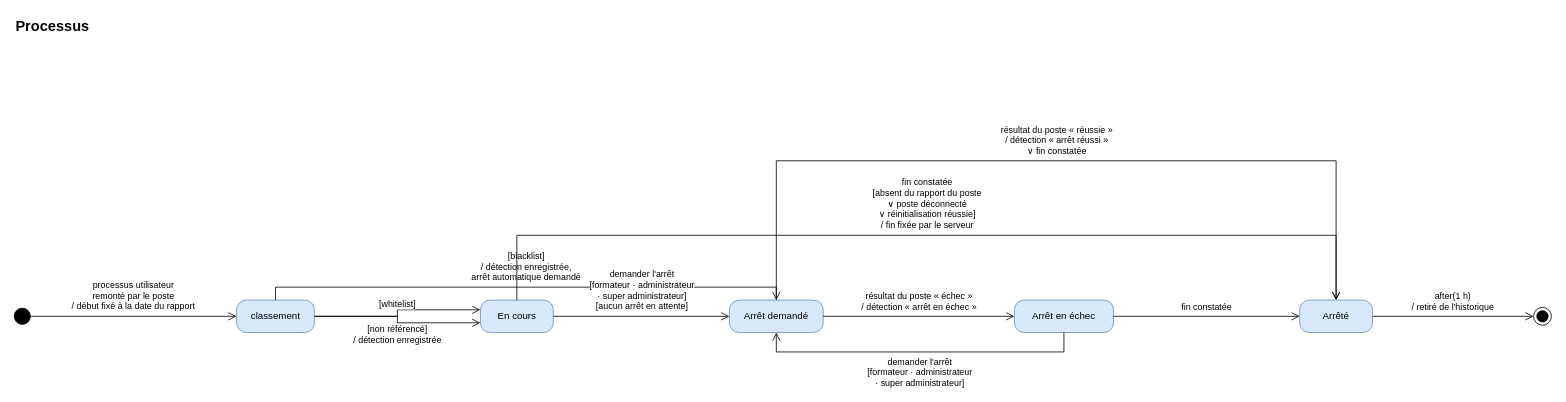
The draw.io diagram page "Processus" (4 of 4) of docs/02-ANALYSE/03-ANALYSE/01-DIAGRAMMES-ETATS.drawio in bpierrelouis/aster, before the edit. Source tidied: cells renumbered, new cells numbered last; positions are measured from the earlier drawing's top-left corner, leaving out a move shared by most shapes. Both pictures are drawn from the tidied source at 81%, with x=0, y=0 at pixel (14, 14).
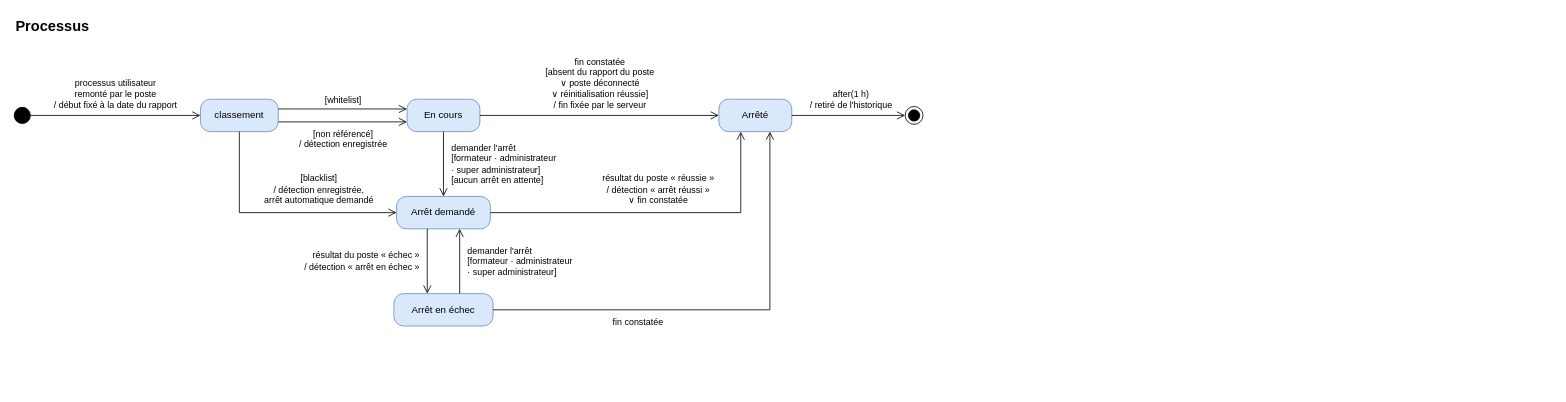
After the change.

Change to the diagram source:
```diff
@@
     <mxCell id="3" style="ellipse;html=1;fillColor=#000000;strokeColor=#000000;fontSize=11;" parent="1" vertex="1">
-      <mxGeometry y="363" width="20" height="20" as="geometry" />
+      <mxGeometry y="115" width="20" height="20" as="geometry" />
     </mxCell>
     <mxCell id="4" value="classement" style="rounded=1;arcSize=30;whiteSpace=wrap;html=1;fontSize=12;fillColor=#dae8fc;strokeColor=#6c8ebf;" parent="1" vertex="1">
-      <mxGeometry x="274.6" y="353" width="96" height="40" as="geometry" />
+      <mxGeometry x="230" y="105" width="96" height="40" as="geometry" />
     </mxCell>
     <mxCell id="5" value="En cours" style="rounded=1;arcSize=30;whiteSpace=wrap;html=1;fontSize=12;fillColor=#dae8fc;strokeColor=#6c8ebf;" parent="1" vertex="1">
-      <mxGeometry x="575.6" y="353" width="90" height="40" as="geometry" />
+      <mxGeometry x="485" y="105" width="90" height="40" as="geometry" />
     </mxCell>
     <mxCell id="6" value="Arrêt demandé" style="rounded=1;arcSize=30;whiteSpace=wrap;html=1;fontSize=12;fillColor=#dae8fc;strokeColor=#6c8ebf;" parent="1" vertex="1">
-      <mxGeometry x="883" y="353" width="115.8" height="40" as="geometry" />
+      <mxGeometry x="472.1" y="225" width="115.8" height="40" as="geometry" />
     </mxCell>
     <mxCell id="7" value="Arrêt en échec" style="rounded=1;arcSize=30;whiteSpace=wrap;html=1;fontSize=12;fillColor=#dae8fc;strokeColor=#6c8ebf;" parent="1" vertex="1">
-      <mxGeometry x="1234.8" y="353" width="122.4" height="40" as="geometry" />
+      <mxGeometry x="468.8" y="345" width="122.4" height="40" as="geometry" />
     </mxCell>
     <mxCell id="8" value="Arrêté" style="rounded=1;arcSize=30;whiteSpace=wrap;html=1;fontSize=12;fillColor=#dae8fc;strokeColor=#6c8ebf;" parent="1" vertex="1">
-      <mxGeometry x="1587" y="353" width="90" height="40" as="geometry" />
+      <mxGeometry x="870" y="105" width="90" height="40" as="geometry" />
     </mxCell>
     <mxCell id="9" style="ellipse;html=1;shape=endState;fillColor=#000000;strokeColor=#000000;fontSize=11;" parent="1" vertex="1">
-      <mxGeometry x="1875.8" y="362" width="22" height="22" as="geometry" />
+      <mxGeometry x="1100" y="114" width="22" height="22" as="geometry" />
     </mxCell>
-    <mxCell id="10" value="processus utilisateur&lt;br&gt;remonté par le poste&lt;br&gt;/ début fixé à la date du rapport" style="edgeStyle=orthogonalEdgeStyle;endArrow=open;endSize=8;html=1;rounded=0;fontSize=11;labelBackgroundColor=#ffffff;exitX=1;exitY=0.5;exitDx=0;exitDy=0;entryX=0;entryY=0.5;entryDx=0;entryDy=0;" parent="1" edge="1" source="3" target="4">
-      <mxGeometry relative="1" as="geometry">
-        <mxPoint y="-25" as="offset" />
-      </mxGeometry>
+    <mxCell id="10" style="edgeStyle=none;endArrow=open;endSize=8;html=1;rounded=0;fontSize=11;labelBackgroundColor=#ffffff;exitX=1;exitY=0.5;exitDx=0;exitDy=0;entryX=0;entryY=0.5;entryDx=0;entryDy=0;" parent="1" edge="1" source="3" target="4">
+      <mxGeometry relative="1" as="geometry" />
     </mxCell>
-    <mxCell id="11" value="[whitelist]" style="edgeStyle=orthogonalEdgeStyle;endArrow=open;endSize=8;html=1;rounded=0;fontSize=11;labelBackgroundColor=#ffffff;exitX=1;exitY=0.5;exitDx=0;exitDy=0;entryX=0;entryY=0.3;entryDx=0;entryDy=0;" parent="1" edge="1" source="4" target="5">
-      <mxGeometry relative="1" as="geometry">
-        <mxPoint y="-11" as="offset" />
-      </mxGeometry>
+    <mxCell id="11" style="edgeStyle=none;endArrow=open;endSize=8;html=1;rounded=0;fontSize=11;labelBackgroundColor=#ffffff;exitX=1;exitY=0.3;exitDx=0;exitDy=0;entryX=0;entryY=0.3;entryDx=0;entryDy=0;" parent="1" edge="1" source="4" target="5">
+      <mxGeometry relative="1" as="geometry" />
     </mxCell>
-    <mxCell id="12" value="[non référencé]&lt;br&gt;/ détection enregistrée" style="edgeStyle=orthogonalEdgeStyle;endArrow=open;endSize=8;html=1;rounded=0;fontSize=11;labelBackgroundColor=#ffffff;exitX=1;exitY=0.5;exitDx=0;exitDy=0;entryX=0;entryY=0.7;entryDx=0;entryDy=0;" parent="1" edge="1" source="4" target="5">
-      <mxGeometry relative="1" as="geometry">
-        <mxPoint y="18" as="offset" />
-      </mxGeometry>
+    <mxCell id="12" style="edgeStyle=none;endArrow=open;endSize=8;html=1;rounded=0;fontSize=11;labelBackgroundColor=#ffffff;exitX=1;exitY=0.7;exitDx=0;exitDy=0;entryX=0;entryY=0.7;entryDx=0;entryDy=0;" parent="1" edge="1" source="4" target="5">
+      <mxGeometry relative="1" as="geometry" />
     </mxCell>
-    <mxCell id="13" value="[blacklist]&lt;br&gt;/ détection enregistrée,&lt;br&gt;arrêt automatique demandé" style="edgeStyle=orthogonalEdgeStyle;endArrow=open;endSize=8;html=1;rounded=0;fontSize=11;labelBackgroundColor=#ffffff;exitX=0.5;exitY=0;exitDx=0;exitDy=0;entryX=0.5;entryY=0;entryDx=0;entryDy=0;" parent="1" edge="1" source="4" target="6">
+    <mxCell id="13" style="edgeStyle=none;endArrow=open;endSize=8;html=1;rounded=0;fontSize=11;labelBackgroundColor=#ffffff;exitX=0.5;exitY=1;exitDx=0;exitDy=0;entryX=0;entryY=0.5;entryDx=0;entryDy=0;" parent="1" edge="1" source="4" target="6">
       <mxGeometry relative="1" as="geometry">
         <Array as="points">
-          <mxPoint x="322.6" y="337" />
-          <mxPoint x="940.9" y="337" />
+          <mxPoint x="278" y="245" />
         </Array>
-        <mxPoint y="-25" as="offset" />
       </mxGeometry>
     </mxCell>
-    <mxCell id="14" value="demander l'arrêt&lt;br&gt;[formateur · administrateur&lt;br&gt;· super administrateur]&lt;br&gt;[aucun arrêt en attente]" style="edgeStyle=orthogonalEdgeStyle;endArrow=open;endSize=8;html=1;rounded=0;fontSize=11;labelBackgroundColor=#ffffff;exitX=1;exitY=0.5;exitDx=0;exitDy=0;entryX=0;entryY=0.5;entryDx=0;entryDy=0;" parent="1" edge="1" source="5" target="6">
-      <mxGeometry relative="1" as="geometry">
-        <mxPoint y="-32" as="offset" />
-      </mxGeometry>
+    <mxCell id="14" style="edgeStyle=none;endArrow=open;endSize=8;html=1;rounded=0;fontSize=11;labelBackgroundColor=#ffffff;exitX=0.5;exitY=1;exitDx=0;exitDy=0;entryX=0.5;entryY=0;entryDx=0;entryDy=0;" parent="1" edge="1" source="5" target="6">
+      <mxGeometry relative="1" as="geometry" />
     </mxCell>
-    <mxCell id="15" value="résultat du poste « échec »&lt;br&gt;/ détection « arrêt en échec »" style="edgeStyle=orthogonalEdgeStyle;endArrow=open;endSize=8;html=1;rounded=0;fontSize=11;labelBackgroundColor=#ffffff;exitX=1;exitY=0.5;exitDx=0;exitDy=0;entryX=0;entryY=0.5;entryDx=0;entryDy=0;" parent="1" edge="1" source="6" target="7">
-      <mxGeometry relative="1" as="geometry">
-        <mxPoint y="-18" as="offset" />
-      </mxGeometry>
+    <mxCell id="15" style="edgeStyle=none;endArrow=open;endSize=8;html=1;rounded=0;fontSize=11;labelBackgroundColor=#ffffff;exitX=0.3273;exitY=1;exitDx=0;exitDy=0;entryX=0.3366;entryY=0;entryDx=0;entryDy=0;" parent="1" edge="1" source="6" target="7">
+      <mxGeometry relative="1" as="geometry" />
     </mxCell>
-    <mxCell id="16" value="demander l'arrêt&lt;br&gt;[formateur · administrateur&lt;br&gt;· super administrateur]" style="edgeStyle=orthogonalEdgeStyle;endArrow=open;endSize=8;html=1;rounded=0;fontSize=11;labelBackgroundColor=#ffffff;exitX=0.5;exitY=1;exitDx=0;exitDy=0;entryX=0.5;entryY=1;entryDx=0;entryDy=0;" parent="1" edge="1" source="7" target="6">
-      <mxGeometry relative="1" as="geometry">
-        <Array as="points">
-          <mxPoint x="1296" y="417" />
-          <mxPoint x="940.9" y="417" />
-        </Array>
-        <mxPoint y="25" as="offset" />
-      </mxGeometry>
+    <mxCell id="16" style="edgeStyle=none;endArrow=open;endSize=8;html=1;rounded=0;fontSize=11;labelBackgroundColor=#ffffff;exitX=0.6634;exitY=0;exitDx=0;exitDy=0;entryX=0.6727;entryY=1;entryDx=0;entryDy=0;" parent="1" edge="1" source="7" target="6">
+      <mxGeometry relative="1" as="geometry" />
     </mxCell>
-    <mxCell id="17" value="fin constatée&lt;br&gt;[absent du rapport du poste&lt;br&gt;∨ poste déconnecté&lt;br&gt;∨ réinitialisation réussie]&lt;br&gt;/ fin fixée par le serveur" style="edgeStyle=orthogonalEdgeStyle;endArrow=open;endSize=8;html=1;rounded=0;fontSize=11;labelBackgroundColor=#ffffff;exitX=0.5;exitY=0;exitDx=0;exitDy=0;entryX=0.5;entryY=0;entryDx=0;entryDy=0;" parent="1" edge="1" source="5" target="8">
-      <mxGeometry relative="1" as="geometry">
-        <Array as="points">
-          <mxPoint x="620.6" y="273" />
-          <mxPoint x="1632" y="273" />
-        </Array>
-        <mxPoint y="-39" as="offset" />
-      </mxGeometry>
+    <mxCell id="17" style="edgeStyle=none;endArrow=open;endSize=8;html=1;rounded=0;fontSize=11;labelBackgroundColor=#ffffff;exitX=1;exitY=0.5;exitDx=0;exitDy=0;entryX=0;entryY=0.5;entryDx=0;entryDy=0;" parent="1" edge="1" source="5" target="8">
+      <mxGeometry relative="1" as="geometry" />
     </mxCell>
-    <mxCell id="18" value="résultat du poste « réussie »&lt;br&gt;/ détection « arrêt réussi »&lt;br&gt;∨ fin constatée" style="edgeStyle=orthogonalEdgeStyle;endArrow=open;endSize=8;html=1;rounded=0;fontSize=11;labelBackgroundColor=#ffffff;exitX=0.5;exitY=0;exitDx=0;exitDy=0;entryX=0.5;entryY=0;entryDx=0;entryDy=0;" parent="1" edge="1" source="6" target="8">
+    <mxCell id="18" style="edgeStyle=none;endArrow=open;endSize=8;html=1;rounded=0;fontSize=11;labelBackgroundColor=#ffffff;exitX=1;exitY=0.5;exitDx=0;exitDy=0;entryX=0.3;entryY=1;entryDx=0;entryDy=0;" parent="1" edge="1" source="6" target="8">
       <mxGeometry relative="1" as="geometry">
         <Array as="points">
-          <mxPoint x="940.9" y="181" />
-          <mxPoint x="1632" y="181" />
+          <mxPoint x="897" y="245" />
         </Array>
-        <mxPoint y="-25" as="offset" />
       </mxGeometry>
     </mxCell>
-    <mxCell id="19" value="fin constatée" style="edgeStyle=orthogonalEdgeStyle;endArrow=open;endSize=8;html=1;rounded=0;fontSize=11;labelBackgroundColor=#ffffff;exitX=1;exitY=0.5;exitDx=0;exitDy=0;entryX=0;entryY=0.5;entryDx=0;entryDy=0;" parent="1" edge="1" source="7" target="8">
+    <mxCell id="19" style="edgeStyle=none;endArrow=open;endSize=8;html=1;rounded=0;fontSize=11;labelBackgroundColor=#ffffff;exitX=1;exitY=0.5;exitDx=0;exitDy=0;entryX=0.7;entryY=1;entryDx=0;entryDy=0;" parent="1" edge="1" source="7" target="8">
       <mxGeometry relative="1" as="geometry">
-        <mxPoint y="-11" as="offset" />
+        <Array as="points">
+          <mxPoint x="933" y="365" />
+        </Array>
       </mxGeometry>
     </mxCell>
-    <mxCell id="20" value="after(1 h)&lt;br&gt;/ retiré de l'historique" style="edgeStyle=orthogonalEdgeStyle;endArrow=open;endSize=8;html=1;rounded=0;fontSize=11;labelBackgroundColor=#ffffff;exitX=1;exitY=0.5;exitDx=0;exitDy=0;entryX=0;entryY=0.5;entryDx=0;entryDy=0;" parent="1" edge="1" source="8" target="9">
-      <mxGeometry relative="1" as="geometry">
-        <mxPoint y="-18" as="offset" />
-      </mxGeometry>
+    <mxCell id="20" style="edgeStyle=none;endArrow=open;endSize=8;html=1;rounded=0;fontSize=11;labelBackgroundColor=#ffffff;exitX=1;exitY=0.5;exitDx=0;exitDy=0;entryX=0;entryY=0.5;entryDx=0;entryDy=0;" parent="1" edge="1" source="8" target="9">
+      <mxGeometry relative="1" as="geometry" />
     </mxCell>
+    <mxCell id="21" value="processus utilisateur&lt;br&gt;remonté par le poste&lt;br&gt;/ début fixé à la date du rapport" style="text;html=1;fontSize=11;align=center;verticalAlign=bottom;strokeColor=none;fillColor=none;spacing=0;" parent="1" vertex="1">
+      <mxGeometry x="30" y="73" width="190" height="46" as="geometry" />
+    </mxCell>
+    <mxCell id="22" value="[whitelist]" style="text;html=1;fontSize=11;align=center;verticalAlign=bottom;strokeColor=none;fillColor=none;spacing=0;" parent="1" vertex="1">
+      <mxGeometry x="336" y="97" width="140" height="16" as="geometry" />
+    </mxCell>
+    <mxCell id="23" value="[non référencé]&lt;br&gt;/ détection enregistrée" style="text;html=1;fontSize=11;align=center;verticalAlign=top;strokeColor=none;fillColor=none;spacing=0;" parent="1" vertex="1">
+      <mxGeometry x="336" y="137" width="140" height="30" as="geometry" />
+    </mxCell>
+    <mxCell id="24" value="[blacklist]&lt;br&gt;/ détection enregistrée,&lt;br&gt;arrêt automatique demandé" style="text;html=1;fontSize=11;align=center;verticalAlign=bottom;strokeColor=none;fillColor=none;spacing=0;" parent="1" vertex="1">
+      <mxGeometry x="288" y="191" width="175" height="46" as="geometry" />
+    </mxCell>
+    <mxCell id="25" value="demander l'arrêt&lt;br&gt;[formateur · administrateur&lt;br&gt;· super administrateur]&lt;br&gt;[aucun arrêt en attente]" style="text;html=1;fontSize=11;align=left;verticalAlign=middle;strokeColor=none;fillColor=none;spacing=0;" parent="1" vertex="1">
+      <mxGeometry x="540" y="155" width="160" height="60" as="geometry" />
+    </mxCell>
+    <mxCell id="26" value="résultat du poste « échec »&lt;br&gt;/ détection « arrêt en échec »" style="text;html=1;fontSize=11;align=right;verticalAlign=middle;strokeColor=none;fillColor=none;spacing=0;" parent="1" vertex="1">
+      <mxGeometry x="330" y="283" width="170" height="44" as="geometry" />
+    </mxCell>
+    <mxCell id="27" value="demander l'arrêt&lt;br&gt;[formateur · administrateur&lt;br&gt;· super administrateur]" style="text;html=1;fontSize=11;align=left;verticalAlign=middle;strokeColor=none;fillColor=none;spacing=0;" parent="1" vertex="1">
+      <mxGeometry x="560" y="277" width="170" height="56" as="geometry" />
+    </mxCell>
+    <mxCell id="28" value="fin constatée&lt;br&gt;[absent du rapport du poste&lt;br&gt;∨ poste déconnecté&lt;br&gt;∨ réinitialisation réussie]&lt;br&gt;/ fin fixée par le serveur" style="text;html=1;fontSize=11;align=center;verticalAlign=bottom;strokeColor=none;fillColor=none;spacing=0;" parent="1" vertex="1">
+      <mxGeometry x="585" y="47" width="275" height="72" as="geometry" />
+    </mxCell>
+    <mxCell id="29" value="résultat du poste « réussie »&lt;br&gt;/ détection « arrêt réussi »&lt;br&gt;∨ fin constatée" style="text;html=1;fontSize=11;align=center;verticalAlign=bottom;strokeColor=none;fillColor=none;spacing=0;" parent="1" vertex="1">
+      <mxGeometry x="705" y="191" width="180" height="46" as="geometry" />
+    </mxCell>
+    <mxCell id="30" value="fin constatée" style="text;html=1;fontSize=11;align=center;verticalAlign=top;strokeColor=none;fillColor=none;spacing=0;" parent="1" vertex="1">
+      <mxGeometry x="680" y="369" width="180" height="16" as="geometry" />
+    </mxCell>
+    <mxCell id="31" value="after(1 h)&lt;br&gt;/ retiré de l'historique" style="text;html=1;fontSize=11;align=center;verticalAlign=bottom;strokeColor=none;fillColor=none;spacing=0;" parent="1" vertex="1">
+      <mxGeometry x="970" y="89" width="125" height="30" as="geometry" />
+    </mxCell>
```
